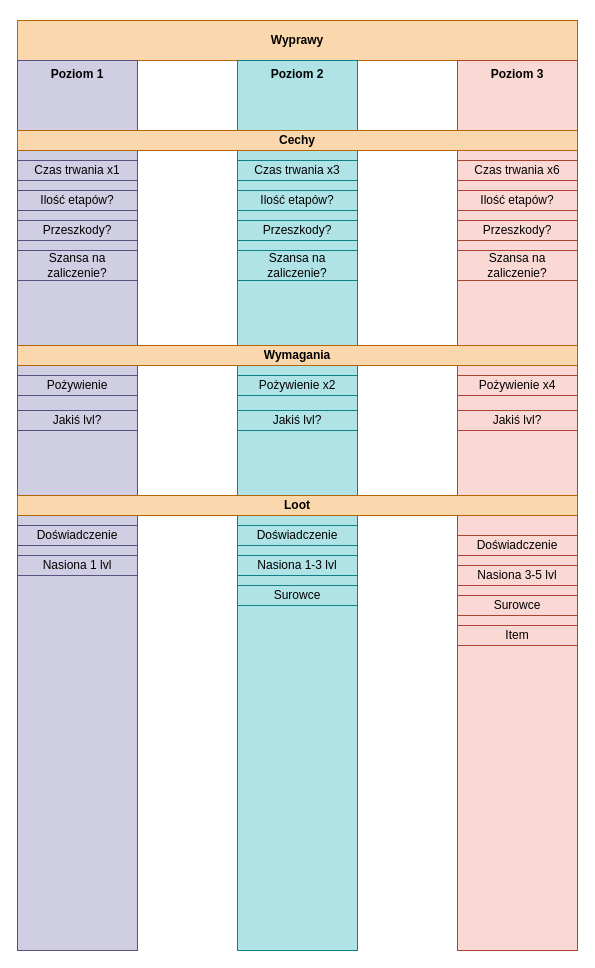
Before: page "Wyprawy" (3 of 5) of gameChanger.drawio in piotreczek5/GameChanger, a draw.io diagram. Source tidied: cells renumbered, new cells numbered last; positions are measured from the earlier drawing's top-left corner, leaving out a move shared by most shapes. Both pictures are drawn from the tidied source at 100%, with x=0, y=0 at pixel (17, 20).
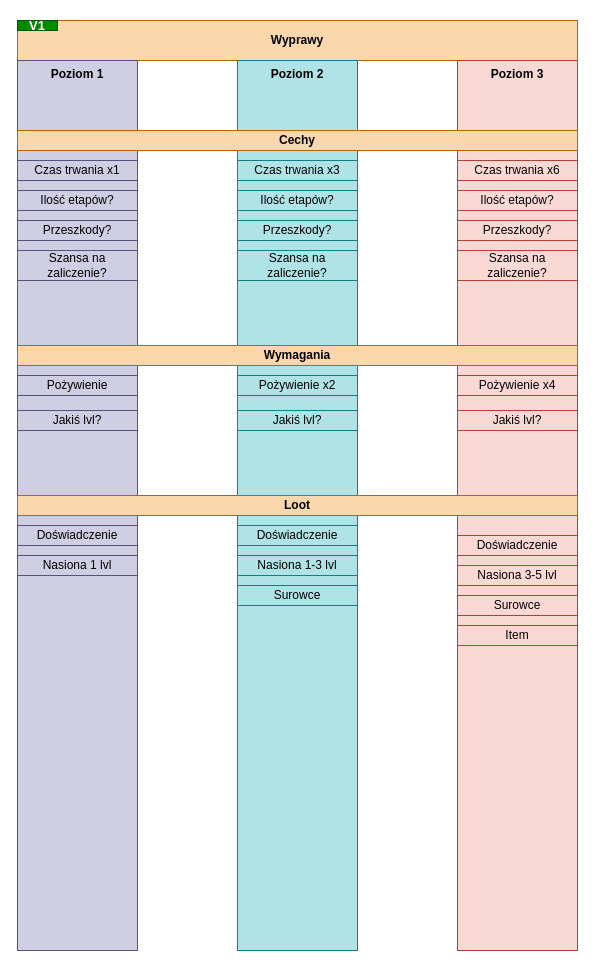
Above is the later version.

What changed in the source:
```diff
@@
+    <mxCell id="36" value="V1" style="rounded=0;whiteSpace=wrap;html=1;fontSize=13;fontStyle=1;fillColor=#008a00;strokeColor=#005700;fontColor=#ffffff;" parent="1" vertex="1">
+      <mxGeometry width="40" height="10" as="geometry" />
+    </mxCell>
```
